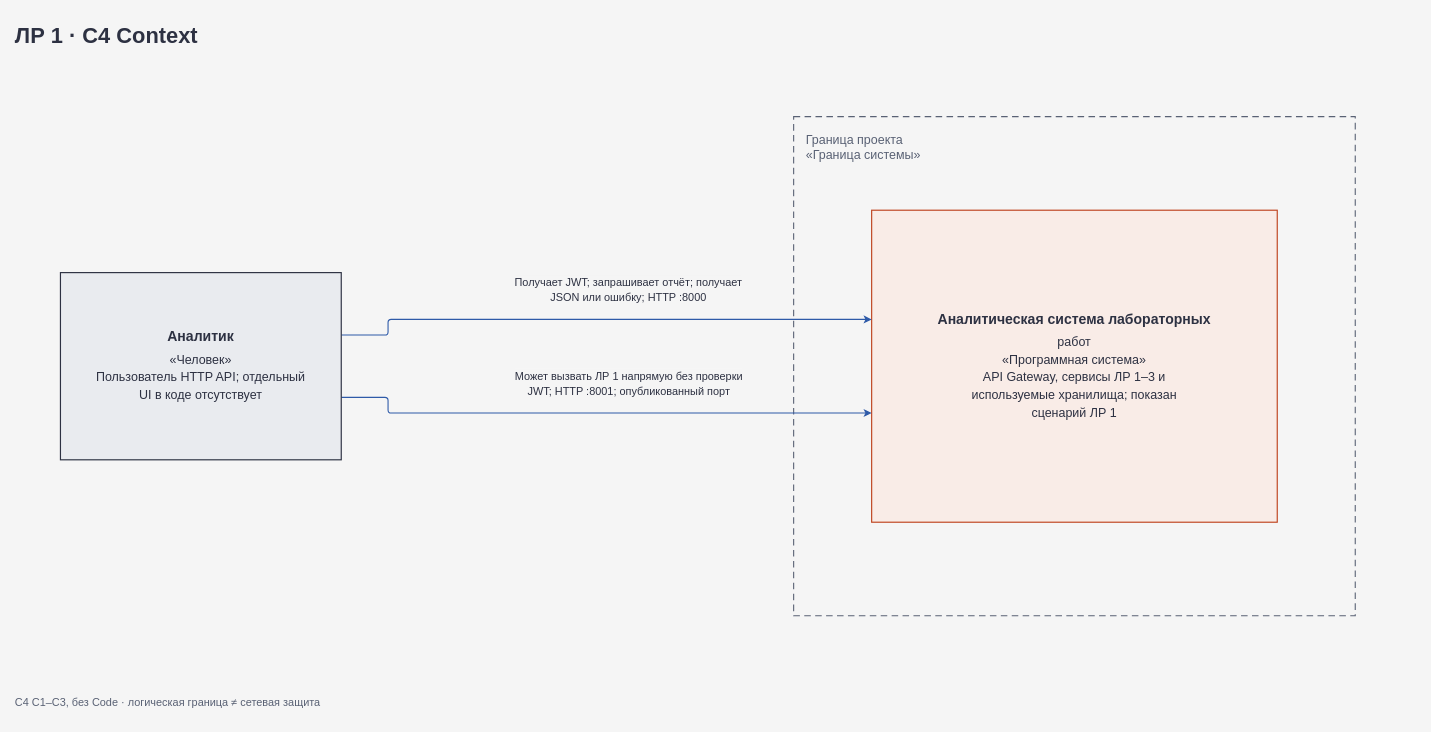
The draw.io diagram page "C4 Context" (1 of 6) of docs/diagrams/drawio/lab1.drawio in prikolBLYAT/volovich, before the edit. Source tidied: cells renumbered, new cells numbered last; positions are measured from the earlier drawing's top-left corner, leaving out a move shared by most shapes. Both pictures are drawn from the tidied source at 78%, with x=0, y=0 at pixel (13, 13).
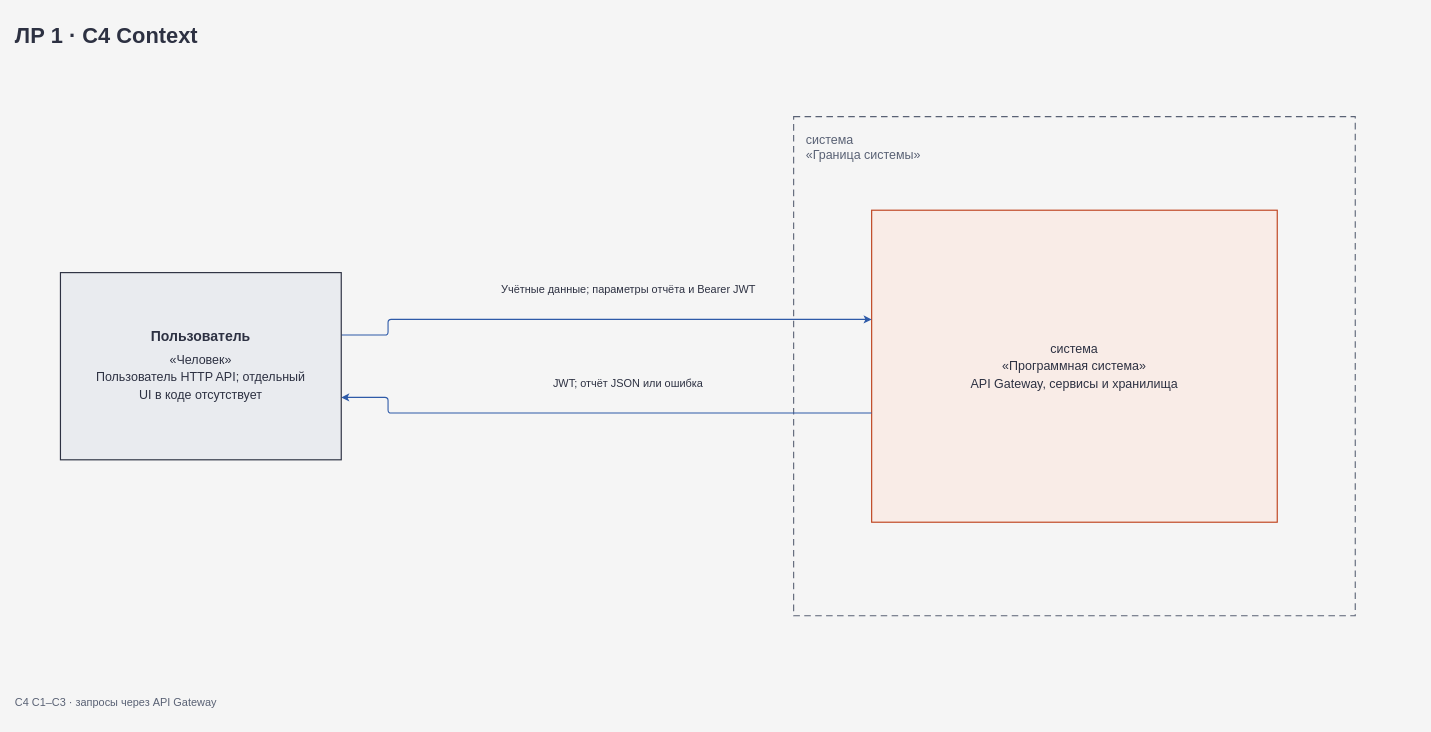
The same page after the edit.

What changed in the source:
```diff
@@
 <mxGraphModel background="#f5f5f5">
   <root>
     <mxCell id="0" />
     <mxCell id="1" parent="0" />
     <mxCell id="2" value="ЛР 1 · C4 Context" style="text;html=1;fontFamily=Arial;fontSize=28;fontStyle=1;fontColor=#2d3142;align=left;verticalAlign=middle;strokeColor=none;fillColor=none;" parent="1" vertex="1">
       <mxGeometry width="1800" height="56" as="geometry" />
     </mxCell>
-    <mxCell id="3" value="Граница проекта&lt;br&gt;«Граница системы»" style="rounded=0;html=1;whiteSpace=wrap;fillColor=none;strokeColor=#596174;dashed=1;dashPattern=6 4;strokeWidth=1.4;align=left;verticalAlign=top;spacing=16;fontFamily=Arial;fontSize=16;fontColor=#596174;" parent="1" vertex="1">
+    <mxCell id="3" value="система&lt;br&gt;«Граница системы»" style="rounded=0;html=1;whiteSpace=wrap;fillColor=none;strokeColor=#596174;dashed=1;dashPattern=6 4;strokeWidth=1.4;align=left;verticalAlign=top;spacing=16;fontFamily=Arial;fontSize=16;fontColor=#596174;" parent="1" vertex="1">
       <mxGeometry x="1000" y="132" width="720" height="640" as="geometry" />
     </mxCell>
-    <mxCell id="4" value="&lt;div style=&quot;line-height:1.35&quot;&gt;Получает JWT; запрашивает отчёт; получает&lt;br&gt;JSON или ошибку; HTTP :8000&lt;/div&gt;" style="edgeStyle=orthogonalEdgeStyle;rounded=1;arcSize=8;jettySize=0;html=1;endArrow=classic;endFill=1;strokeWidth=1.4;strokeColor=#2e5aa8;fontFamily=Arial;fontSize=14;fontColor=#2d3142;labelBackgroundColor=#f5f5f5;labelBorderColor=none;whiteSpace=wrap;labelWidth=327.40000000000003;spacing=4;jumpStyle=arc;jumpSize=10;exitX=1;exitY=0.3333333333333333;exitDx=0;exitDy=0;exitPerimeter=0;entryX=0;entryY=0.35;entryDx=0;entryDy=0;entryPerimeter=0;" parent="1" edge="1" source="6" target="7">
+    <mxCell id="4" value="&lt;div style=&quot;line-height:1.4&quot;&gt;Учётные данные; параметры отчёта и Bearer JWT&lt;/div&gt;" style="edgeStyle=orthogonalEdgeStyle;rounded=1;arcSize=8;jettySize=0;html=1;endArrow=classic;endFill=1;strokeWidth=1.4;strokeColor=#2e5aa8;fontFamily=Arial;fontSize=14;fontColor=#2d3142;labelBackgroundColor=#f5f5f5;labelBorderColor=none;whiteSpace=wrap;labelWidth=327.40000000000003;spacing=4;jumpStyle=arc;jumpSize=10;exitX=1;exitY=0.3333333333333333;exitDx=0;exitDy=0;exitPerimeter=0;entryX=0;entryY=0.35;entryDx=0;entryDy=0;entryPerimeter=0;" parent="1" edge="1" source="6" target="7">
       <mxGeometry x="0.11" relative="1" as="geometry">
         <Array as="points">
           <mxPoint x="480" y="412" />
           <mxPoint x="480" y="392" />
         </Array>
         <mxPoint y="-38" as="offset" />
       </mxGeometry>
     </mxCell>
-    <mxCell id="5" value="&lt;div style=&quot;line-height:1.35&quot;&gt;Может вызвать ЛР 1 напрямую без проверки&lt;br&gt;JWT; HTTP :8001; опубликованный порт&lt;/div&gt;" style="edgeStyle=orthogonalEdgeStyle;rounded=1;arcSize=8;jettySize=0;html=1;endArrow=classic;endFill=1;strokeWidth=1.4;strokeColor=#2e5aa8;fontFamily=Arial;fontSize=14;fontColor=#2d3142;labelBackgroundColor=#f5f5f5;labelBorderColor=none;whiteSpace=wrap;labelWidth=320.0;spacing=4;jumpStyle=arc;jumpSize=10;exitX=1;exitY=0.6666666666666666;exitDx=0;exitDy=0;exitPerimeter=0;entryX=0;entryY=0.65;entryDx=0;entryDy=0;entryPerimeter=0;" parent="1" edge="1" source="6" target="7">
-      <mxGeometry x="0.11" relative="1" as="geometry">
+    <mxCell id="5" value="&lt;div style=&quot;line-height:1.4&quot;&gt;JWT; отчёт JSON или ошибка&lt;/div&gt;" style="edgeStyle=orthogonalEdgeStyle;rounded=1;arcSize=8;jettySize=0;html=1;endArrow=classic;endFill=1;strokeWidth=1.4;strokeColor=#2e5aa8;fontFamily=Arial;fontSize=14;fontColor=#2d3142;labelBackgroundColor=#f5f5f5;labelBorderColor=none;whiteSpace=wrap;labelWidth=320.0;spacing=4;jumpStyle=arc;jumpSize=10;exitX=0;exitY=0.65;exitDx=0;exitDy=0;exitPerimeter=0;entryX=1;entryY=0.6666666666666666;entryDx=0;entryDy=0;entryPerimeter=0;" parent="1" edge="1" source="7" target="6">
+      <mxGeometry x="-0.11" relative="1" as="geometry">
         <Array as="points">
+          <mxPoint x="480" y="512" />
           <mxPoint x="480" y="492" />
-          <mxPoint x="480" y="512" />
         </Array>
         <mxPoint y="-38" as="offset" />
       </mxGeometry>
     </mxCell>
-    <mxCell id="6" value="&lt;div style=&quot;font-size:18px;font-weight:bold&quot;&gt;Аналитик&lt;/div&gt;&lt;div style=&quot;margin-top:8px;line-height:1.4&quot;&gt;«Человек»&lt;br&gt;Пользователь HTTP API; отдельный&lt;br&gt;UI в коде отсутствует&lt;/div&gt;" style="html=1;whiteSpace=wrap;fontFamily=Arial;fontSize=16;fontColor=#2d3142;spacing=20;verticalAlign=middle;align=center;strokeWidth=1.5;rounded=0;fillColor=#e9ebef;strokeColor=#2d3142;" parent="1" vertex="1">
+    <mxCell id="6" value="&lt;div style=&quot;font-size:18px;font-weight:bold&quot;&gt;Пользователь&lt;/div&gt;&lt;div style=&quot;margin-top:8px;line-height:1.4&quot;&gt;«Человек»&lt;br&gt;Пользователь HTTP API; отдельный&lt;br&gt;UI в коде отсутствует&lt;/div&gt;" style="html=1;whiteSpace=wrap;fontFamily=Arial;fontSize=16;fontColor=#2d3142;spacing=20;verticalAlign=middle;align=center;strokeWidth=1.5;rounded=0;fillColor=#e9ebef;strokeColor=#2d3142;" parent="1" vertex="1">
       <mxGeometry x="60" y="332" width="360" height="240" as="geometry" />
     </mxCell>
-    <mxCell id="7" value="&lt;div style=&quot;font-size:18px;font-weight:bold&quot;&gt;Аналитическая система лабораторных&lt;/div&gt;&lt;div style=&quot;margin-top:8px;line-height:1.4&quot;&gt;работ&lt;br&gt;«Программная система»&lt;br&gt;API Gateway, сервисы ЛР 1–3 и&lt;br&gt;используемые хранилища; показан&lt;br&gt;сценарий ЛР 1&lt;/div&gt;" style="html=1;whiteSpace=wrap;fontFamily=Arial;fontSize=16;fontColor=#2d3142;spacing=20;verticalAlign=middle;align=center;strokeWidth=1.5;rounded=0;fillColor=#f9ece7;strokeColor=#bf4520;" parent="3" vertex="1">
+    <mxCell id="7" value="&lt;div style=&quot;line-height:1.4&quot;&gt;система&lt;br&gt;«Программная система»&lt;br&gt;API Gateway, сервисы и хранилища&lt;/div&gt;" style="html=1;whiteSpace=wrap;fontFamily=Arial;fontSize=16;fontColor=#2d3142;spacing=20;verticalAlign=middle;align=center;strokeWidth=1.5;rounded=0;fillColor=#f9ece7;strokeColor=#bf4520;" parent="3" vertex="1">
       <mxGeometry x="100" y="120" width="520" height="400" as="geometry" />
     </mxCell>
-    <mxCell id="8" value="C4 C1–C3, без Code · логическая граница ≠ сетевая защита" style="text;html=1;fontFamily=Arial;fontSize=14;fontColor=#596174;align=left;strokeColor=none;fillColor=none;" parent="1" vertex="1">
+    <mxCell id="8" value="C4 C1–C3 · запросы через API Gateway" style="text;html=1;fontFamily=Arial;fontSize=14;fontColor=#596174;align=left;strokeColor=none;fillColor=none;" parent="1" vertex="1">
       <mxGeometry y="868" width="1800" height="36" as="geometry" />
     </mxCell>
   </root>
 </mxGraphModel>
```
